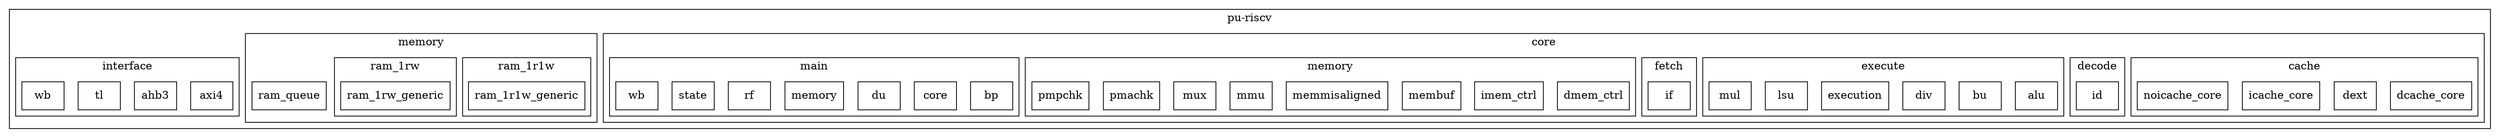
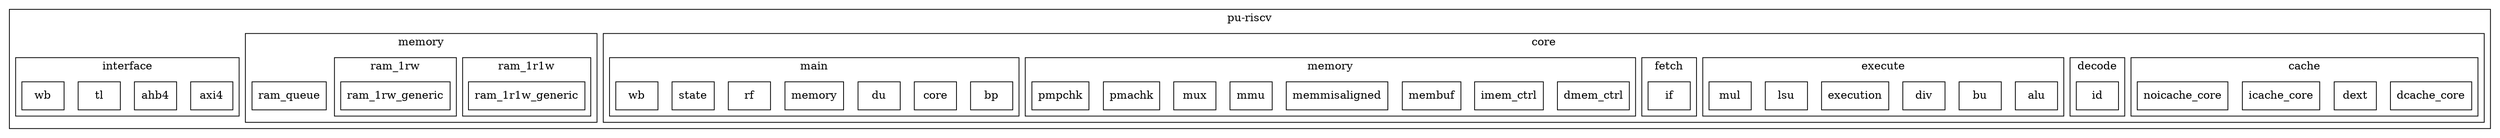
digraph Project {
  // Introduction
  graph [rankdir = TB, splines=ortho];
  node[shape=record];

  // Blocks
  subgraph "cluster pu-riscv" { label = "pu-riscv";
    subgraph "cluster core" { label = "core";
      subgraph "cluster cache" { label = "cache";
        dcache_core[shape=box, label="dcache_core"];
        dext[shape=box, label="dext"];
        icache_core[shape=box, label="icache_core"];
        noicache_core[shape=box, label="noicache_core"];
      }
      subgraph "cluster decode" { label = "decode";
        id[shape=box, label="id"];
      }
      subgraph "cluster execute" { label = "execute";
        alu[shape=box, label="alu"];
        bu[shape=box, label="bu"];
        div[shape=box, label="div"];
        execution[shape=box, label="execution"];
        lsu[shape=box, label="lsu"];
        mul[shape=box, label="mul"];
      }
      subgraph "cluster fetch" { label = "fetch";
        if[shape=box, label="if"];
      }
      subgraph "cluster memory" { label = "memory";
        dmem_ctrl[shape=box, label="dmem_ctrl"];
        imem_ctrl[shape=box, label="imem_ctrl"];
        membuf[shape=box, label="membuf"];
        memmisaligned[shape=box, label="memmisaligned"];
        mmu[shape=box, label="mmu"];
        mux[shape=box, label="mux"];
        pmachk[shape=box, label="pmachk"];
        pmpchk[shape=box, label="pmpchk"];
      }
      subgraph "cluster main" { label = "main";
        bp[shape=box, label="bp"];
        core[shape=box, label="core"];
        du[shape=box, label="du"];
        memory[shape=box, label="memory"];
        rf[shape=box, label="rf"];
        state[shape=box, label="state"];
        wb[shape=box, label="wb"];
      }
    }
    subgraph "cluster memory" { label = "memory";
      subgraph "cluster ram_1r1w" { label = "ram_1r1w";
        ram_1r1w_generic[shape=box, label="ram_1r1w_generic"];
      }
      subgraph "cluster ram_1rw" { label = "ram_1rw";
        ram_1rw_generic[shape=box, label="ram_1rw_generic"];
      }
      ram_queue[shape=box, label="ram_queue"];
    }
    subgraph "cluster interface" { label = "interface";
      bus_axi4[shape=box, label="axi4"];
-       bus_ahb3[shape=box, label="ahb3"];
+       bus_ahb4[shape=box, label="ahb4"];
      bus_tl[shape=box, label="tl"];
      bus_wb[shape=box, label="wb"];
    }
  }
}
